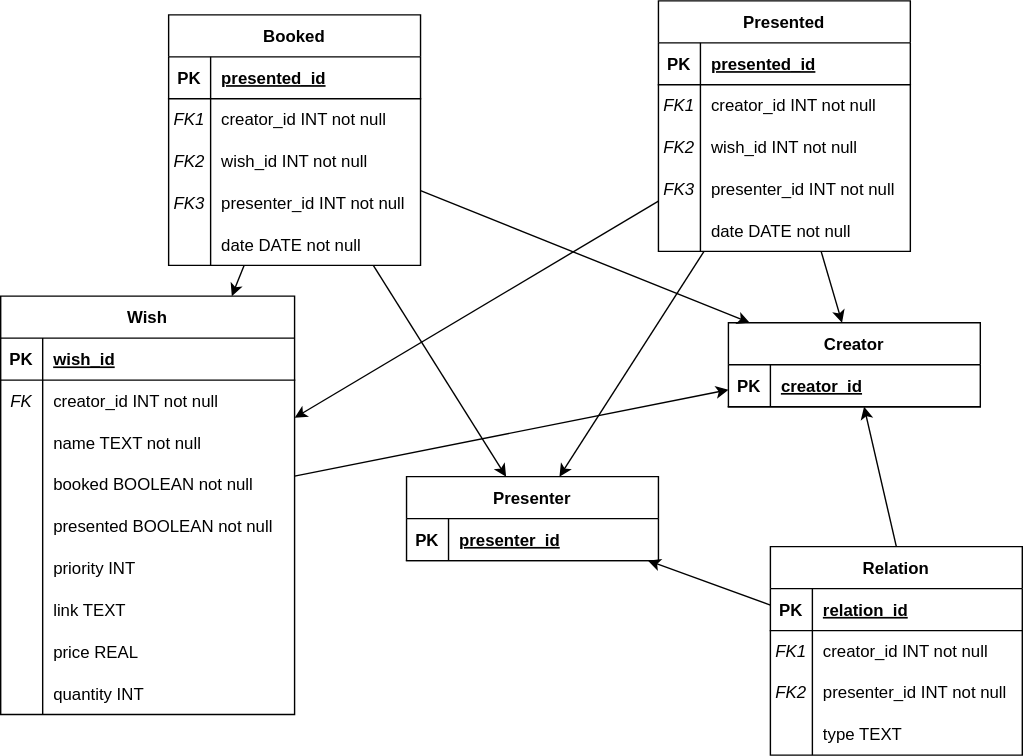
This is db_schema.svg from olegfafurin/lauzhack-2022, a draw.io export, as it was before one commit. Source tidied: cells renumbered, new cells last; positions are measured from the earlier drawing's top-left corner, leaving out a move shared by most shapes.
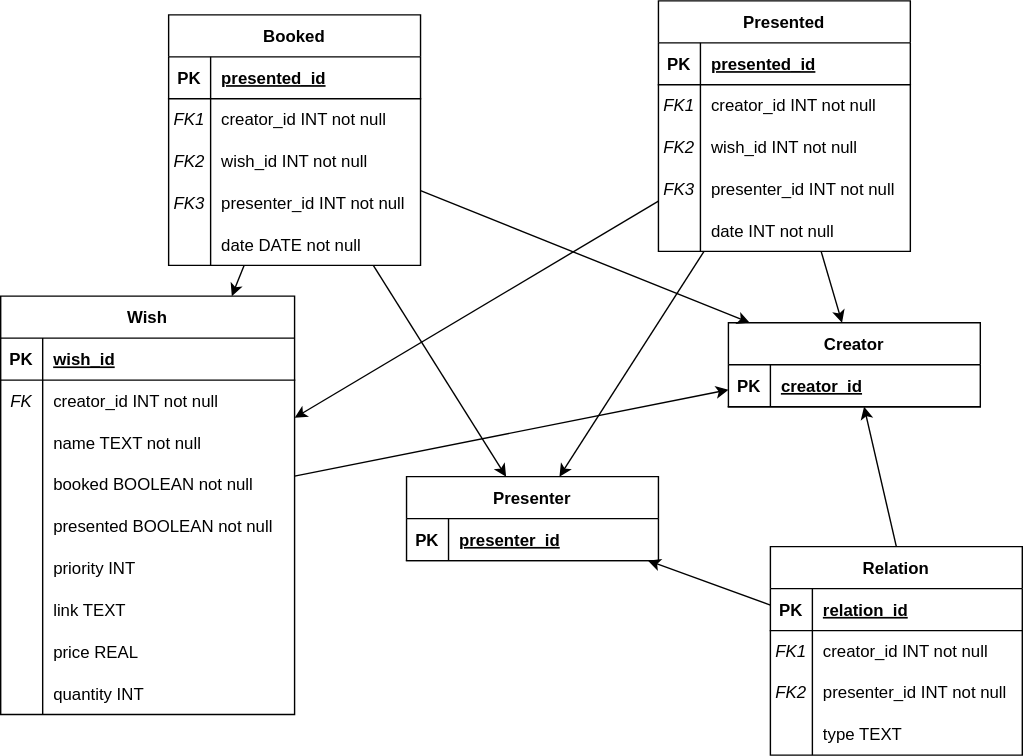
The same file after the commit.

Diff of the diagram source:
```diff
@@ -257,7 +257,7 @@
     <mxCell id="86" style="shape=partialRectangle;fillColor=none;top=0;left=0;bottom=0;right=0;overflow=hidden;" parent="85" vertex="1">
       <mxGeometry width="30" height="30" as="geometry" />
     </mxCell>
-    <mxCell id="87" value="date DATE not null" style="shape=partialRectangle;fillColor=none;top=0;left=0;bottom=0;right=0;align=left;spacingLeft=6;overflow=hidden;" parent="85" vertex="1">
+    <mxCell id="87" value="date INT not null" style="shape=partialRectangle;fillColor=none;top=0;left=0;bottom=0;right=0;align=left;spacingLeft=6;overflow=hidden;" parent="85" vertex="1">
       <mxGeometry x="30" width="150" height="30" as="geometry" />
     </mxCell>
     <mxCell id="88" style="endArrow=classic;html=1;rounded=0;" parent="1" edge="1" source="72" target="10">
```
